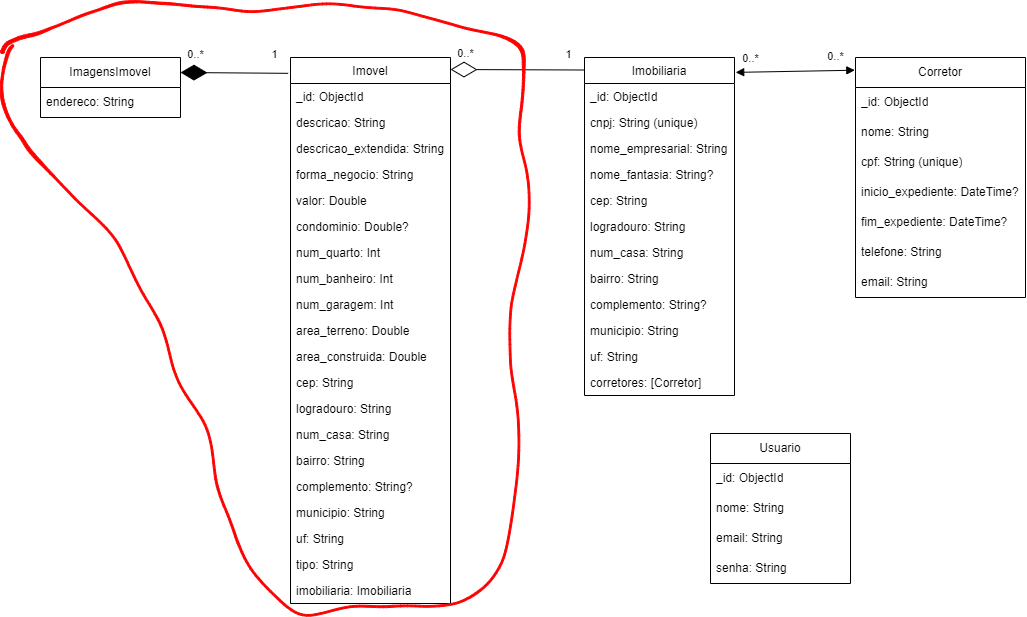
FatecFranca/DSM-G07-PI3-2024-1 keeps this draw.io diagram as docs/NoAM.png. Above is the earlier version. Source tidied: cells renumbered, new cells last; positions are measured from the earlier drawing's top-left corner, leaving out a move shared by most shapes.
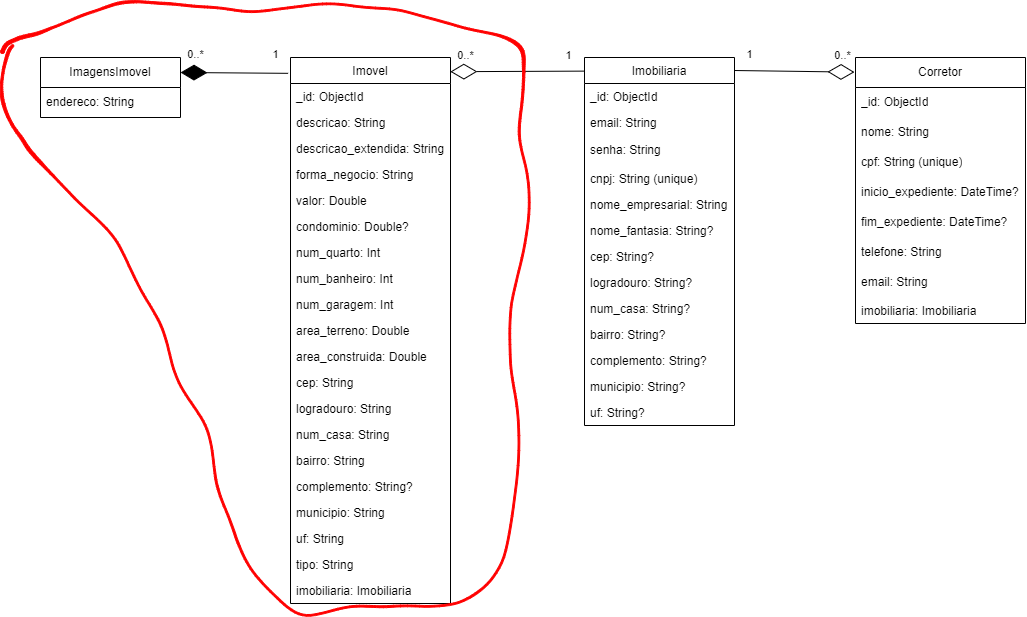
After the change.

Commit message:
Ajustes no diagrama NoAM após considerações do professor

The edit, as a diff of the source:
```diff
@@ -72,46 +72,49 @@
       <mxGeometry y="30" width="140" height="30" as="geometry" />
     </mxCell>
     <mxCell id="25" value="Imobiliaria" style="swimlane;fontStyle=0;horizontal=1;startSize=26;fillColor=none;" parent="1" vertex="1">
-      <mxGeometry x="584" y="57" width="150" height="338" as="geometry" />
+      <mxGeometry x="584" y="57" width="150" height="368" as="geometry" />
     </mxCell>
     <mxCell id="26" value="_id: ObjectId" style="text;strokeColor=none;fillColor=none;align=left;verticalAlign=top;spacingLeft=4;spacingRight=4;overflow=hidden;" parent="25" vertex="1">
       <mxGeometry y="26" width="150" height="26" as="geometry" />
     </mxCell>
+    <mxCell id="49" value="email: String" style="text;strokeColor=none;fillColor=none;align=left;verticalAlign=top;spacingLeft=4;spacingRight=4;overflow=hidden;" parent="25" vertex="1">
+      <mxGeometry y="52" width="150" height="26" as="geometry" />
+    </mxCell>
+    <mxCell id="50" value="senha: String" style="text;strokeColor=none;fillColor=none;align=left;verticalAlign=middle;spacingLeft=4;spacingRight=4;overflow=hidden;whiteSpace=wrap;html=1;" parent="25" vertex="1">
+      <mxGeometry y="78" width="150" height="30" as="geometry" />
+    </mxCell>
     <mxCell id="27" value="cnpj: String (unique)" style="text;strokeColor=none;fillColor=none;align=left;verticalAlign=top;spacingLeft=4;spacingRight=4;overflow=hidden;" parent="25" vertex="1">
-      <mxGeometry y="52" width="150" height="26" as="geometry" />
+      <mxGeometry y="108" width="150" height="26" as="geometry" />
     </mxCell>
     <mxCell id="28" value="nome_empresarial: String" style="text;strokeColor=none;fillColor=none;align=left;verticalAlign=top;spacingLeft=4;spacingRight=4;overflow=hidden;" parent="25" vertex="1">
-      <mxGeometry y="78" width="150" height="26" as="geometry" />
+      <mxGeometry y="134" width="150" height="26" as="geometry" />
     </mxCell>
     <mxCell id="29" value="nome_fantasia: String?" style="text;strokeColor=none;fillColor=none;align=left;verticalAlign=top;spacingLeft=4;spacingRight=4;overflow=hidden;" parent="25" vertex="1">
-      <mxGeometry y="104" width="150" height="26" as="geometry" />
+      <mxGeometry y="160" width="150" height="26" as="geometry" />
     </mxCell>
-    <mxCell id="30" value="cep: String" style="text;strokeColor=none;fillColor=none;align=left;verticalAlign=top;spacingLeft=4;spacingRight=4;overflow=hidden;" parent="25" vertex="1">
-      <mxGeometry y="130" width="150" height="26" as="geometry" />
+    <mxCell id="30" value="cep: String?" style="text;strokeColor=none;fillColor=none;align=left;verticalAlign=top;spacingLeft=4;spacingRight=4;overflow=hidden;" parent="25" vertex="1">
+      <mxGeometry y="186" width="150" height="26" as="geometry" />
     </mxCell>
-    <mxCell id="31" value="logradouro: String" style="text;strokeColor=none;fillColor=none;align=left;verticalAlign=top;spacingLeft=4;spacingRight=4;overflow=hidden;" parent="25" vertex="1">
-      <mxGeometry y="156" width="150" height="26" as="geometry" />
+    <mxCell id="31" value="logradouro: String?" style="text;strokeColor=none;fillColor=none;align=left;verticalAlign=top;spacingLeft=4;spacingRight=4;overflow=hidden;" parent="25" vertex="1">
+      <mxGeometry y="212" width="150" height="26" as="geometry" />
     </mxCell>
-    <mxCell id="32" value="num_casa: String" style="text;strokeColor=none;fillColor=none;align=left;verticalAlign=top;spacingLeft=4;spacingRight=4;overflow=hidden;" parent="25" vertex="1">
-      <mxGeometry y="182" width="150" height="26" as="geometry" />
+    <mxCell id="32" value="num_casa: String?" style="text;strokeColor=none;fillColor=none;align=left;verticalAlign=top;spacingLeft=4;spacingRight=4;overflow=hidden;" parent="25" vertex="1">
+      <mxGeometry y="238" width="150" height="26" as="geometry" />
     </mxCell>
-    <mxCell id="33" value="bairro: String" style="text;strokeColor=none;fillColor=none;align=left;verticalAlign=top;spacingLeft=4;spacingRight=4;overflow=hidden;" parent="25" vertex="1">
-      <mxGeometry y="208" width="150" height="26" as="geometry" />
+    <mxCell id="33" value="bairro: String?" style="text;strokeColor=none;fillColor=none;align=left;verticalAlign=top;spacingLeft=4;spacingRight=4;overflow=hidden;" parent="25" vertex="1">
+      <mxGeometry y="264" width="150" height="26" as="geometry" />
     </mxCell>
     <mxCell id="34" value="complemento: String?" style="text;strokeColor=none;fillColor=none;align=left;verticalAlign=top;spacingLeft=4;spacingRight=4;overflow=hidden;" parent="25" vertex="1">
-      <mxGeometry y="234" width="150" height="26" as="geometry" />
+      <mxGeometry y="290" width="150" height="26" as="geometry" />
     </mxCell>
-    <mxCell id="35" value="municipio: String" style="text;strokeColor=none;fillColor=none;align=left;verticalAlign=top;spacingLeft=4;spacingRight=4;overflow=hidden;" parent="25" vertex="1">
-      <mxGeometry y="260" width="150" height="26" as="geometry" />
+    <mxCell id="35" value="municipio: String?" style="text;strokeColor=none;fillColor=none;align=left;verticalAlign=top;spacingLeft=4;spacingRight=4;overflow=hidden;" parent="25" vertex="1">
+      <mxGeometry y="316" width="150" height="26" as="geometry" />
     </mxCell>
-    <mxCell id="36" value="uf: String" style="text;strokeColor=none;fillColor=none;align=left;verticalAlign=top;spacingLeft=4;spacingRight=4;overflow=hidden;" parent="25" vertex="1">
-      <mxGeometry y="286" width="150" height="26" as="geometry" />
+    <mxCell id="36" value="uf: String?" style="text;strokeColor=none;fillColor=none;align=left;verticalAlign=top;spacingLeft=4;spacingRight=4;overflow=hidden;" parent="25" vertex="1">
+      <mxGeometry y="342" width="150" height="26" as="geometry" />
     </mxCell>
-    <mxCell id="37" value="corretores: [Corretor]" style="text;strokeColor=none;fillColor=none;align=left;verticalAlign=top;spacingLeft=4;spacingRight=4;overflow=hidden;" parent="25" vertex="1">
-      <mxGeometry y="312" width="150" height="26" as="geometry" />
-    </mxCell>
     <mxCell id="38" value="Corretor" style="swimlane;fontStyle=0;horizontal=1;startSize=30;whiteSpace=wrap;html=1;fillColor=none;" parent="1" vertex="1">
-      <mxGeometry x="855" y="57" width="170" height="240" as="geometry" />
+      <mxGeometry x="855" y="57" width="170" height="266" as="geometry" />
     </mxCell>
     <mxCell id="39" value="_id: ObjectId" style="text;strokeColor=none;fillColor=none;align=left;verticalAlign=middle;spacingLeft=4;spacingRight=4;overflow=hidden;whiteSpace=wrap;html=1;" parent="38" vertex="1">
       <mxGeometry y="30" width="170" height="30" as="geometry" />
@@ -134,21 +137,9 @@
     <mxCell id="45" value="email: String" style="text;strokeColor=none;fillColor=none;align=left;verticalAlign=middle;spacingLeft=4;spacingRight=4;overflow=hidden;whiteSpace=wrap;html=1;" parent="38" vertex="1">
       <mxGeometry y="210" width="170" height="30" as="geometry" />
     </mxCell>
-    <mxCell id="46" value="Usuario" style="swimlane;fontStyle=0;horizontal=1;startSize=30;whiteSpace=wrap;html=1;fillColor=none;" parent="1" vertex="1">
-      <mxGeometry x="710" y="433" width="140" height="150" as="geometry" />
-    </mxCell>
-    <mxCell id="47" value="_id: ObjectId" style="text;strokeColor=none;fillColor=none;align=left;verticalAlign=middle;spacingLeft=4;spacingRight=4;overflow=hidden;whiteSpace=wrap;html=1;" parent="46" vertex="1">
-      <mxGeometry y="30" width="140" height="30" as="geometry" />
-    </mxCell>
-    <mxCell id="48" value="nome: String" style="text;strokeColor=none;fillColor=none;align=left;verticalAlign=middle;spacingLeft=4;spacingRight=4;overflow=hidden;whiteSpace=wrap;html=1;" parent="46" vertex="1">
-      <mxGeometry y="60" width="140" height="30" as="geometry" />
-    </mxCell>
-    <mxCell id="49" value="email: String" style="text;strokeColor=none;fillColor=none;align=left;verticalAlign=middle;spacingLeft=4;spacingRight=4;overflow=hidden;whiteSpace=wrap;html=1;" parent="46" vertex="1">
-      <mxGeometry y="90" width="140" height="30" as="geometry" />
-    </mxCell>
-    <mxCell id="50" value="senha: String" style="text;strokeColor=none;fillColor=none;align=left;verticalAlign=middle;spacingLeft=4;spacingRight=4;overflow=hidden;whiteSpace=wrap;html=1;" parent="46" vertex="1">
-      <mxGeometry y="120" width="140" height="30" as="geometry" />
-    </mxCell>
+    <mxCell id="61" value="imobiliaria: Imobiliaria&#10;" style="text;strokeColor=none;fillColor=none;align=left;verticalAlign=top;spacingLeft=4;spacingRight=4;overflow=hidden;" parent="38" vertex="1">
+      <mxGeometry y="240" width="170" height="26" as="geometry" />
+    </mxCell>
     <mxCell id="51" style="endArrow=diamondThin;endFill=1;endSize=24;html=1;entryX=1;entryY=0.25;entryDx=0;entryDy=0;exitX=-0.015;exitY=0.029;exitDx=0;exitDy=0;exitPerimeter=0;" parent="1" edge="1" source="2" target="23">
       <mxGeometry relative="1" as="geometry" />
     </mxCell>
@@ -162,10 +153,8 @@
         <mxPoint x="-12" y="-13" as="offset" />
       </mxGeometry>
     </mxCell>
-    <mxCell id="54" style="endArrow=diamondThin;endFill=0;endSize=24;html=1;exitX=0;exitY=0.037;exitDx=0;exitDy=0;exitPerimeter=0;" parent="1" edge="1" source="25">
-      <mxGeometry relative="1" as="geometry">
-        <mxPoint x="450" y="69" as="targetPoint" />
-      </mxGeometry>
+    <mxCell id="54" style="endArrow=diamondThin;endFill=0;endSize=24;html=1;exitX=0;exitY=0.037;exitDx=0;exitDy=0;exitPerimeter=0;entryX=0.999;entryY=0.026;entryDx=0;entryDy=0;entryPerimeter=0;" parent="1" edge="1" source="25" target="2">
+      <mxGeometry relative="1" as="geometry" />
     </mxCell>
     <mxCell id="55" value="0..*" style="edgeLabel;html=1;align=center;verticalAlign=middle;labelBackgroundColor=none;" parent="54" vertex="1">
       <mxGeometry x="0.79" y="-2" relative="1" as="geometry">
@@ -177,21 +166,23 @@
         <mxPoint y="-18" as="offset" />
       </mxGeometry>
     </mxCell>
-    <mxCell id="57" style="endArrow=block;startArrow=block;endFill=1;startFill=1;html=1;entryX=-0.004;entryY=0.053;entryDx=0;entryDy=0;entryPerimeter=0;exitX=1.008;exitY=0.044;exitDx=0;exitDy=0;exitPerimeter=0;" parent="1" edge="1" source="25" target="38">
-      <mxGeometry relative="1" as="geometry" />
-    </mxCell>
-    <mxCell id="58" value="0..*" style="edgeLabel;html=1;align=center;verticalAlign=middle;labelBackgroundColor=none;" parent="57" vertex="1">
-      <mxGeometry x="-0.77" y="-2" relative="1" as="geometry">
-        <mxPoint y="-16" as="offset" />
-      </mxGeometry>
-    </mxCell>
-    <mxCell id="59" value="0..*" style="edgeLabel;html=1;align=center;verticalAlign=middle;labelBackgroundColor=none;" parent="57" vertex="1">
-      <mxGeometry x="0.77" y="1" relative="1" as="geometry">
-        <mxPoint x="-7" y="-13" as="offset" />
-      </mxGeometry>
-    </mxCell>
     <mxCell id="60" style="shape=(stored shape, 9124 characters);lineShape=1;strokeColor=#FF0000;fillColor=none;" parent="1" vertex="1">
       <mxGeometry x="-0.3" y="0.1" width="529.9" height="615.6" as="geometry" />
     </mxCell>
+    <mxCell id="62" style="endArrow=diamondThin;endFill=0;endSize=24;html=1;entryX=-0.006;entryY=0.055;entryDx=0;entryDy=0;entryPerimeter=0;" parent="1" edge="1" target="38">
+      <mxGeometry relative="1" as="geometry">
+        <mxPoint x="734" y="70" as="sourcePoint" />
+      </mxGeometry>
+    </mxCell>
+    <mxCell id="63" value="0..*" style="edgeLabel;html=1;align=center;verticalAlign=middle;labelBackgroundColor=none;" parent="62" vertex="1">
+      <mxGeometry x="0.79" y="-2" relative="1" as="geometry">
+        <mxPoint y="-19" as="offset" />
+      </mxGeometry>
+    </mxCell>
+    <mxCell id="64" value="1" style="edgeLabel;html=1;align=center;verticalAlign=middle;labelBackgroundColor=none;" parent="62" vertex="1">
+      <mxGeometry x="-0.75" y="2" relative="1" as="geometry">
+        <mxPoint y="-15" as="offset" />
+      </mxGeometry>
+    </mxCell>
   </root>
 </mxGraphModel>
```
